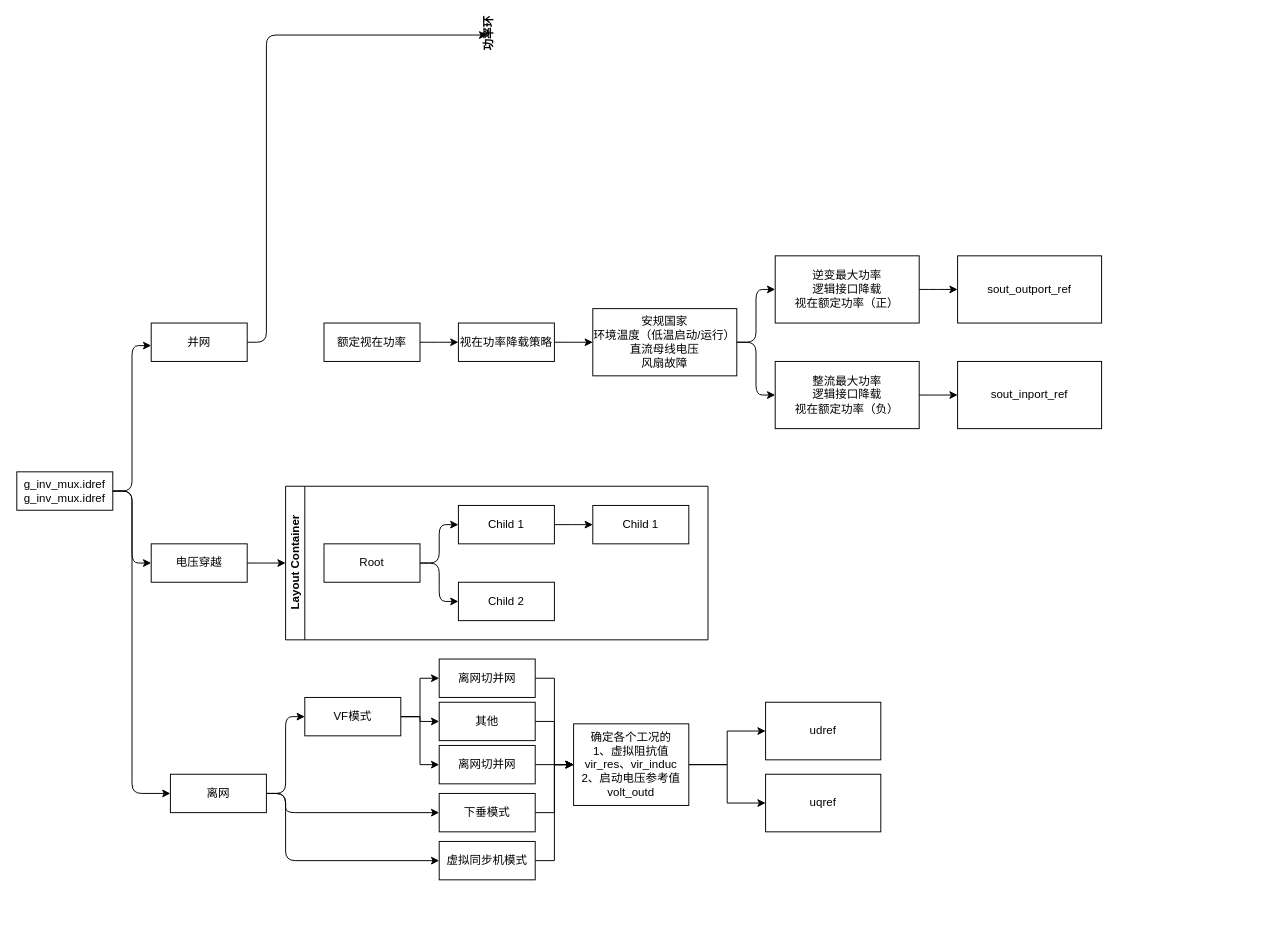
Before: 未命名绘图.drawio in adss666/awesome-guitar, a draw.io diagram. Source tidied: cells renumbered, new cells numbered last; positions are measured from the earlier drawing's top-left corner, leaving out a move shared by most shapes. Both pictures are drawn from the tidied source at 96%, with x=0, y=0 at pixel (16, 35).
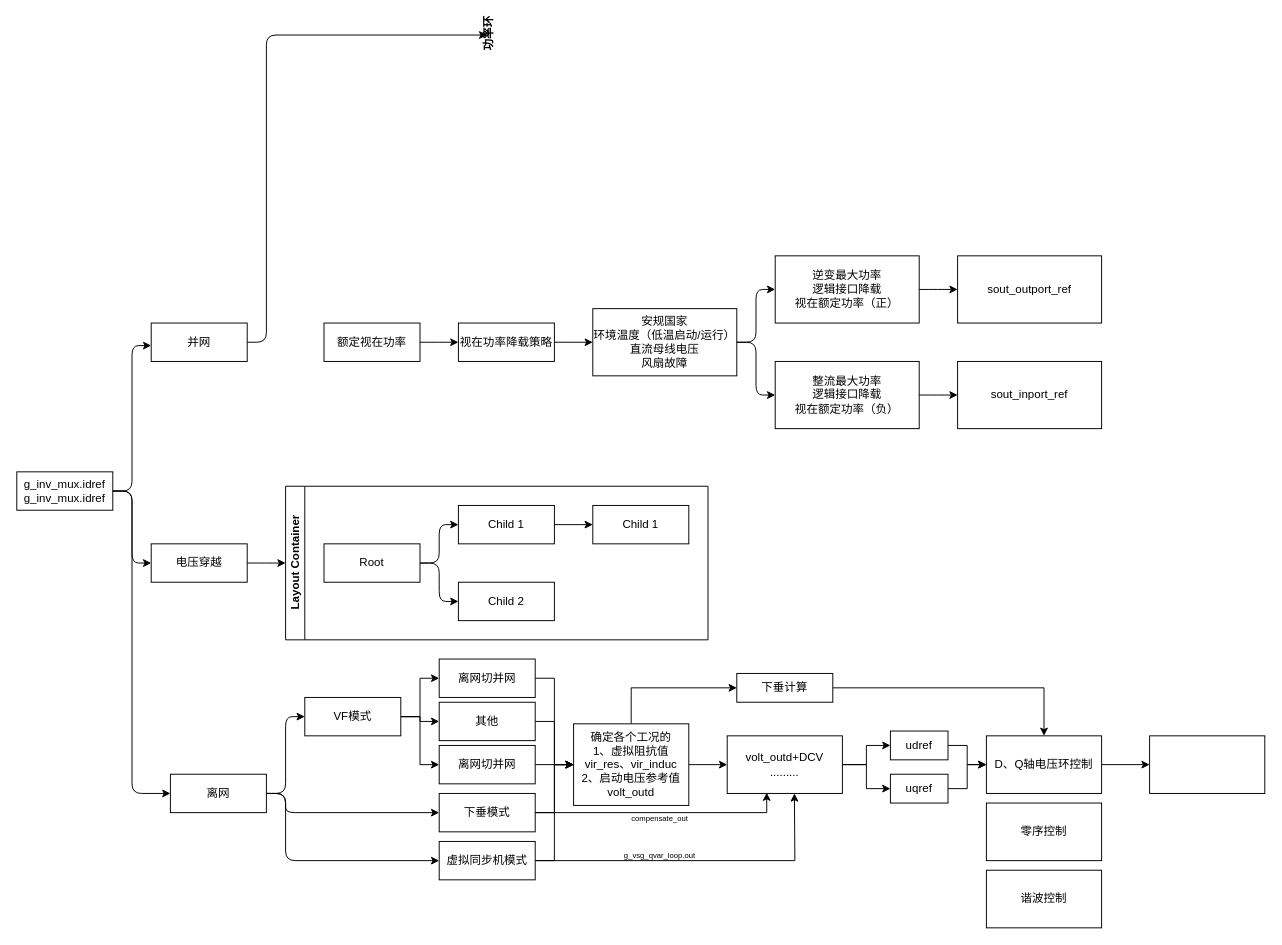
The same diagram, later.

Commit message (it also covers changes not shown here):
更新未命名绘图.drawio

The change refers to these unchanged cells:
```xml
<mxCell id="8" value="下垂模式" style="whiteSpace=wrap;html=1;" parent="1" vertex="1">
  <mxGeometry x="440" y="790" width="100" height="40" as="geometry" />
</mxCell>
<mxCell id="13" value="虚拟同步机模式" style="whiteSpace=wrap;html=1;" parent="1" vertex="1">
  <mxGeometry x="440" y="840" width="100" height="40" as="geometry" />
</mxCell>
<mxCell id="16" value="确定各个工况的&lt;br&gt;1、虚拟阻抗值vir_res、vir_induc&lt;br&gt;2、启动电压参考值volt_outd" style="whiteSpace=wrap;html=1;" parent="1" vertex="1">
  <mxGeometry x="580" y="717.5" width="120" height="85" as="geometry" />
</mxCell>
```

The edit, as a diff of the source:
```diff
@@
+    <mxCell id="55" style="edgeStyle=orthogonalEdgeStyle;rounded=0;jettySize=auto;html=1;exitX=1;exitY=0.5;exitDx=0;exitDy=0;defaultLabelBackgroundColor=page;labelPadding=0 4;" parent="1" edge="1" source="13">
+      <mxGeometry relative="1" as="geometry">
+        <mxPoint x="810" y="790" as="targetPoint" />
+      </mxGeometry>
+    </mxCell>
@@
-    <mxCell id="14" style="edgeStyle=orthogonalEdgeStyle;rounded=0;jettySize=auto;html=1;defaultLabelBackgroundColor=page;labelPadding=0 4;" parent="1" edge="1" source="16" target="53">
+    <mxCell id="14" style="edgeStyle=orthogonalEdgeStyle;rounded=0;jettySize=auto;html=1;defaultLabelBackgroundColor=page;labelPadding=0 4;entryX=0;entryY=0.5;entryDx=0;entryDy=0;" parent="1" edge="1" source="16" target="59">
       <mxGeometry relative="1" as="geometry" />
     </mxCell>
-    <mxCell id="15" style="edgeStyle=orthogonalEdgeStyle;rounded=0;jettySize=auto;html=1;exitX=1;exitY=0.5;exitDx=0;exitDy=0;entryX=0;entryY=0.5;entryDx=0;entryDy=0;defaultLabelBackgroundColor=page;labelPadding=0 4;" parent="1" edge="1" source="16" target="54">
-      <mxGeometry x="0.1" relative="1" as="geometry" />
-    </mxCell>
+    <mxCell id="56" style="edgeStyle=orthogonalEdgeStyle;rounded=0;jettySize=auto;html=1;defaultLabelBackgroundColor=page;labelPadding=0 4;entryX=0;entryY=0.5;entryDx=0;entryDy=0;" parent="1" edge="1" source="16" target="66">
+      <mxGeometry x="-0.31" relative="1" as="geometry">
+        <Array as="points">
+          <mxPoint x="640" y="680" />
+        </Array>
+      </mxGeometry>
+    </mxCell>
@@
+    <mxCell id="57" style="edgeStyle=orthogonalEdgeStyle;rounded=0;jettySize=auto;html=1;defaultLabelBackgroundColor=page;labelPadding=0 4;" parent="1" edge="1" source="59" target="53">
+      <mxGeometry relative="1" as="geometry" />
+    </mxCell>
+    <mxCell id="58" style="edgeStyle=orthogonalEdgeStyle;rounded=0;jettySize=auto;html=1;entryX=0;entryY=0.5;entryDx=0;entryDy=0;defaultLabelBackgroundColor=page;labelPadding=0 4;" parent="1" edge="1" source="59" target="54">
+      <mxGeometry relative="1" as="geometry" />
+    </mxCell>
+    <mxCell id="59" value="volt_outd+DCV&lt;br&gt;........." style="whiteSpace=wrap;html=1;" parent="1" vertex="1">
+      <mxGeometry x="740" y="730" width="120" height="60" as="geometry" />
+    </mxCell>
+    <mxCell id="60" value="g_vsg_qvar_loop.out" style="text;html=1;whiteSpace=wrap;strokeColor=none;fillColor=none;align=center;verticalAlign=middle;rounded=0;fontSize=8;" parent="1" vertex="1">
+      <mxGeometry x="640" y="840" width="60" height="30" as="geometry" />
+    </mxCell>
+    <mxCell id="61" style="edgeStyle=orthogonalEdgeStyle;rounded=0;jettySize=auto;html=1;entryX=0.343;entryY=0.986;entryDx=0;entryDy=0;entryPerimeter=0;defaultLabelBackgroundColor=page;labelPadding=0 4;" parent="1" edge="1" source="8" target="59">
+      <mxGeometry relative="1" as="geometry" />
+    </mxCell>
+    <mxCell id="62" value="&lt;font style=&quot;font-size: 8px;&quot;&gt;compensate_out&lt;/font&gt;" style="text;html=1;whiteSpace=wrap;strokeColor=none;fillColor=none;align=center;verticalAlign=middle;rounded=0;" parent="1" vertex="1">
+      <mxGeometry x="640" y="800" width="60" height="30" as="geometry" />
+    </mxCell>
+    <mxCell id="63" style="edgeStyle=orthogonalEdgeStyle;rounded=0;jettySize=auto;html=1;exitX=1;exitY=0.5;exitDx=0;exitDy=0;entryX=0;entryY=0.5;entryDx=0;entryDy=0;defaultLabelBackgroundColor=page;labelPadding=0 4;" parent="1" edge="1" source="53" target="68">
+      <mxGeometry relative="1" as="geometry" />
+    </mxCell>
     <mxCell id="53" value="udref" style="whiteSpace=wrap;html=1;" parent="1" vertex="1">
-      <mxGeometry x="780" y="695" width="120" height="60" as="geometry" />
+      <mxGeometry x="910" y="725" width="60" height="30" as="geometry" />
     </mxCell>
+    <mxCell id="64" style="edgeStyle=orthogonalEdgeStyle;rounded=0;jettySize=auto;html=1;exitX=1;exitY=0.5;exitDx=0;exitDy=0;entryX=0;entryY=0.5;entryDx=0;entryDy=0;defaultLabelBackgroundColor=page;labelPadding=0 4;" parent="1" edge="1" source="54" target="68">
+      <mxGeometry relative="1" as="geometry" />
+    </mxCell>
     <mxCell id="54" value="uqref" style="whiteSpace=wrap;html=1;" parent="1" vertex="1">
-      <mxGeometry x="780" y="770" width="120" height="60" as="geometry" />
+      <mxGeometry x="910" y="770" width="60" height="30" as="geometry" />
     </mxCell>
+    <mxCell id="65" style="edgeStyle=orthogonalEdgeStyle;rounded=0;jettySize=auto;html=1;defaultLabelBackgroundColor=page;labelPadding=0 4;entryX=0.5;entryY=0;entryDx=0;entryDy=0;" parent="1" edge="1" source="66" target="68">
+      <mxGeometry x="-0.22" relative="1" as="geometry" />
+    </mxCell>
+    <mxCell id="66" value="下垂计算" style="whiteSpace=wrap;html=1;" parent="1" vertex="1">
+      <mxGeometry x="750" y="665" width="100" height="30" as="geometry" />
+    </mxCell>
+    <mxCell id="67" style="edgeStyle=orthogonalEdgeStyle;rounded=0;jettySize=auto;html=1;defaultLabelBackgroundColor=page;labelPadding=0 4;entryX=0;entryY=0.5;entryDx=0;entryDy=0;" parent="1" edge="1" source="68" target="71">
+      <mxGeometry x="-0.35" relative="1" as="geometry" />
+    </mxCell>
+    <mxCell id="68" value="D、Q轴电压环控制" style="whiteSpace=wrap;html=1;" parent="1" vertex="1">
+      <mxGeometry x="1010" y="730" width="120" height="60" as="geometry" />
+    </mxCell>
+    <mxCell id="69" value="谐波控制" style="whiteSpace=wrap;html=1;" parent="1" vertex="1">
+      <mxGeometry x="1010" y="870" width="120" height="60" as="geometry" />
+    </mxCell>
+    <mxCell id="70" value="零序控制" style="whiteSpace=wrap;html=1;" parent="1" vertex="1">
+      <mxGeometry x="1010" y="800" width="120" height="60" as="geometry" />
+    </mxCell>
+    <mxCell id="71" style="whiteSpace=wrap;html=1;" parent="1" vertex="1">
+      <mxGeometry x="1180" y="730" width="120" height="60" as="geometry" />
+    </mxCell>
```
